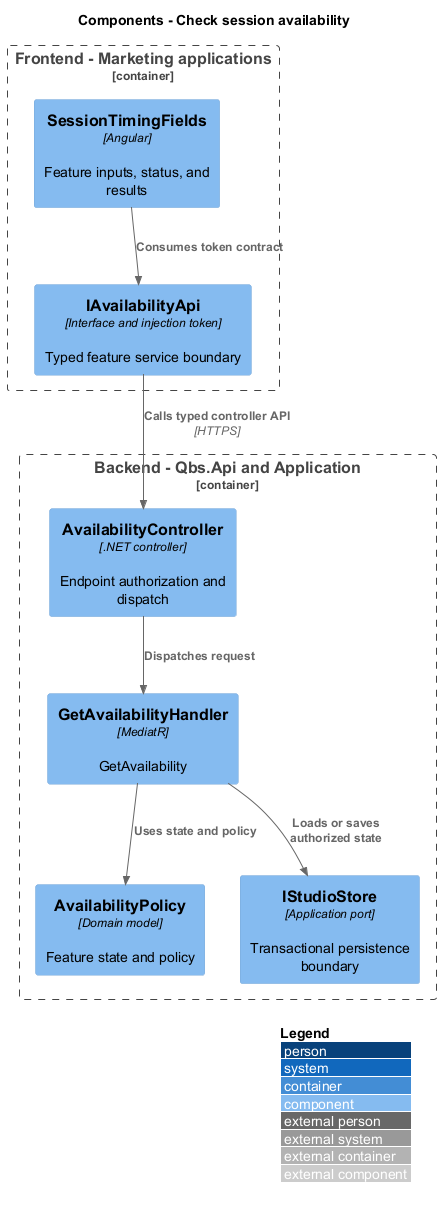
Above: docs/detailed-designs/scheduling/check-session-availability/diagrams/c4-component.png in QuinntyneBrown/quinntyne-brown-studio (PlantUML), before the change.
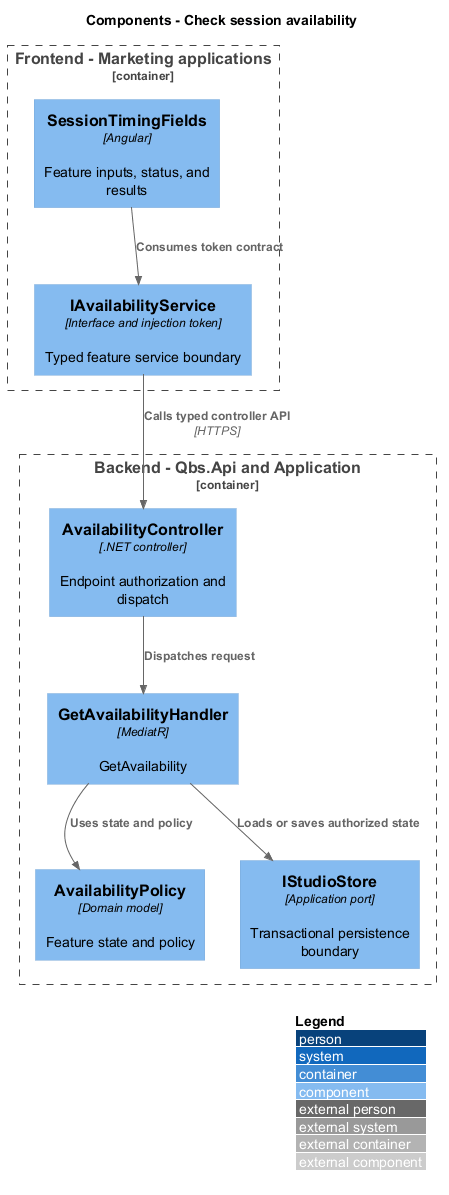
Above is the later version.

What changed in the source:
```diff
@@ -4,7 +4,7 @@
 title Components - Check session availability
 Container_Boundary(frontend, "Frontend - Marketing applications") {
  Component(page, "SessionTimingFields", "Angular", "Feature inputs, status, and results")
- Component(client, "IAvailabilityApi", "Interface and injection token", "Typed feature service boundary")
+ Component(client, "IAvailabilityService", "Interface and injection token", "Typed feature service boundary")
 }
 Container_Boundary(api, "Backend - Qbs.Api and Application") {
  Component(ctrl, "AvailabilityController", ".NET controller", "Endpoint authorization and dispatch")
```
